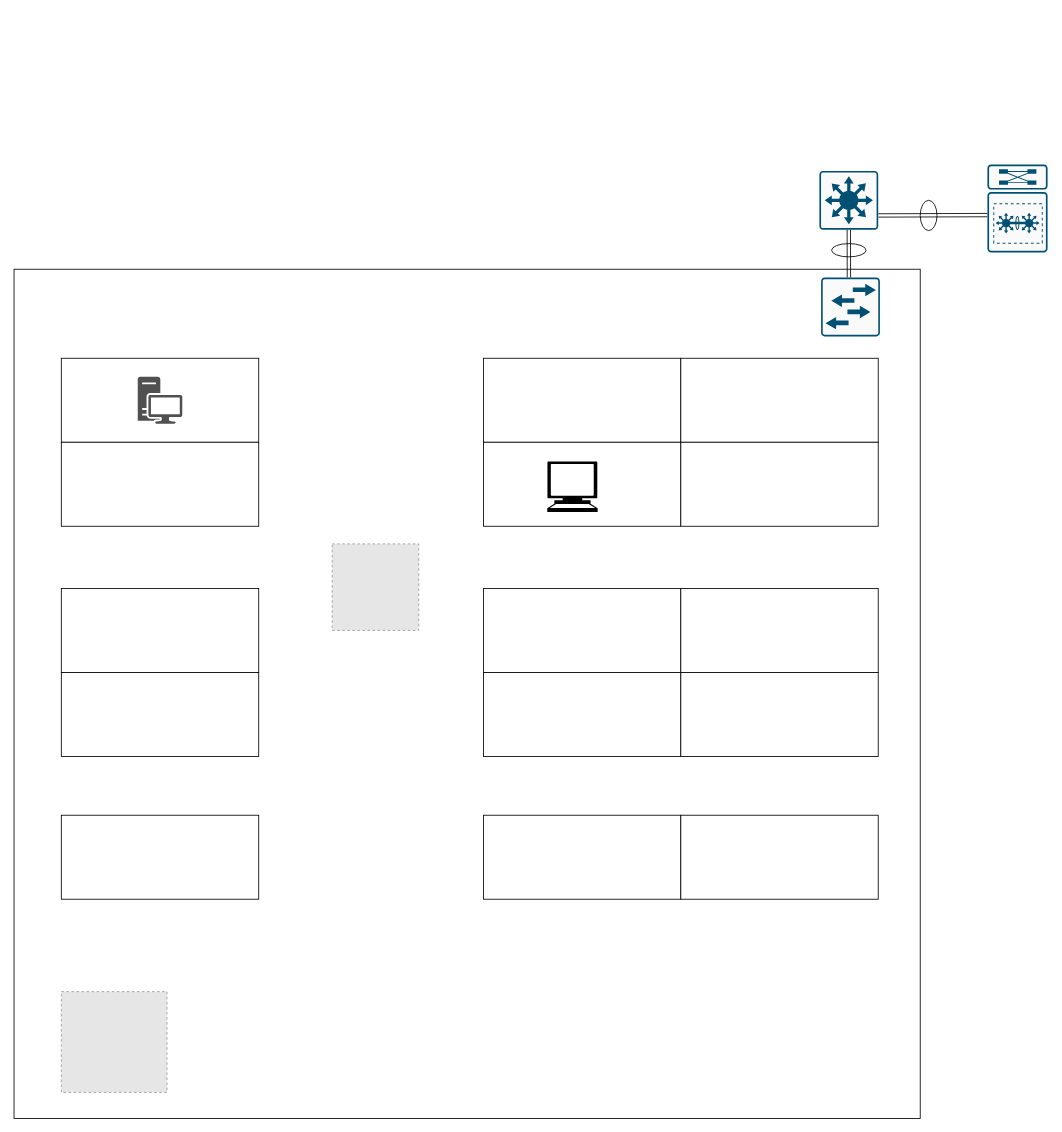
Above: Untitled Diagram.drawio in igithub365/Drawings-Network (draw.io), before the change. Source tidied: cells renumbered, new cells numbered last; positions are measured from the earlier drawing's top-left corner, leaving out a move shared by most shapes. Both pictures are drawn from the tidied source at 84%, with x=0, y=0 at pixel (13, 164). Pictures stored in the file or linked from it are replaced by grey dashed boxes.
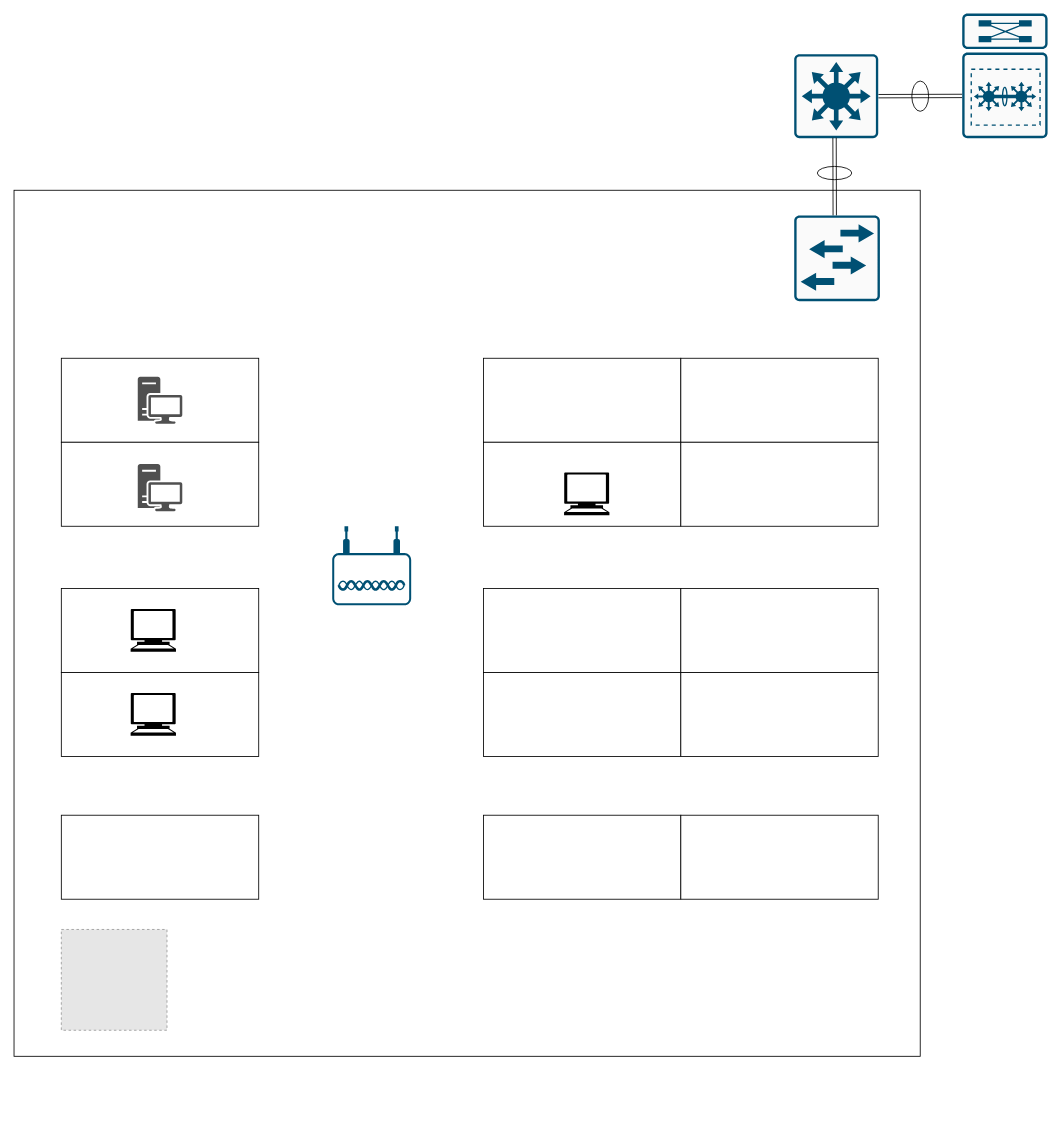
After the change.

What changed in the source:
```diff
@@
     <mxCell id="2" style="ellipse;whiteSpace=wrap;html=1;rotation=90;" parent="1" vertex="1">
-      <mxGeometry x="986.1" y="81.9" width="15.8" height="41" as="geometry" />
+      <mxGeometry x="969.1" y="-10" width="15.8" height="41" as="geometry" />
     </mxCell>
     <mxCell id="3" style="ellipse;whiteSpace=wrap;html=1;" parent="1" vertex="1">
-      <mxGeometry x="1079" y="43" width="20" height="36" as="geometry" />
+      <mxGeometry x="1069" y="-99" width="20" height="36" as="geometry" />
     </mxCell>
     <mxCell id="4" style="whiteSpace=wrap;html=1;" parent="1" vertex="1">
-      <mxGeometry x="0.2" y="125" width="1078.8" height="1011" as="geometry" />
+      <mxGeometry x="0.2" y="31" width="1078.8" height="1031" as="geometry" />
     </mxCell>
@@
-    <mxCell id="6" style="edgeStyle=none;shape=link;rounded=0;jettySize=auto;html=1;entryX=0.025;entryY=0.575;entryDx=0;entryDy=0;entryPerimeter=0;" parent="1" edge="1" target="9">
-      <mxGeometry relative="1" as="geometry">
-        <mxPoint x="1029" y="61" as="sourcePoint" />
-      </mxGeometry>
+    <mxCell id="6" style="edgeStyle=none;shape=link;rounded=0;jettySize=auto;html=1;entryX=0.012;entryY=0.661;entryDx=0;entryDy=0;entryPerimeter=0;exitX=1;exitY=0.5;exitDx=0;exitDy=0;exitPerimeter=0;" parent="1" edge="1" source="7" target="9">
+      <mxGeometry relative="1" as="geometry" />
     </mxCell>
     <mxCell id="7" style="points=[[0.015,0.015,0],[0.985,0.015,0],[0.985,0.985,0],[0.015,0.985,0],[0.25,0,0],[0.5,0,0],[0.75,0,0],[1,0.25,0],[1,0.5,0],[1,0.75,0],[0.75,1,0],[0.5,1,0],[0.25,1,0],[0,0.75,0],[0,0.5,0],[0,0.25,0]];verticalLabelPosition=bottom;html=1;verticalAlign=top;align=center;shape=mxgraph.cisco19.rect;prIcon=l3_switch;fillColor=#FAFAFA;strokeColor=#005073;" parent="1" vertex="1">
-      <mxGeometry x="959" y="8" width="70" height="70" as="geometry" />
+      <mxGeometry x="929" y="-131" width="100" height="100" as="geometry" />
     </mxCell>
-    <mxCell id="8" style="edgeStyle=none;shape=link;rounded=0;jettySize=auto;html=1;exitX=0.473;exitY=0.01;exitDx=0;exitDy=0;exitPerimeter=0;entryX=0.5;entryY=1;entryDx=0;entryDy=0;entryPerimeter=0;" parent="1" edge="1" source="24" target="7">
+    <mxCell id="8" style="edgeStyle=none;shape=link;rounded=0;jettySize=auto;html=1;exitX=0.473;exitY=0.01;exitDx=0;exitDy=0;exitPerimeter=0;entryX=0.48;entryY=0.995;entryDx=0;entryDy=0;entryPerimeter=0;" parent="1" edge="1" source="24" target="7">
       <mxGeometry relative="1" as="geometry" />
     </mxCell>
     <mxCell id="9" style="points=[[0.015,0.015,0],[0.985,0.015,0],[0.985,0.985,0],[0.015,0.985,0],[0.25,0,0],[0.5,0,0],[0.75,0,0],[1,0.25,0],[1,0.5,0],[1,0.75,0],[0.75,1,0],[0.5,1,0],[0.25,1,0],[0,0.75,0],[0,0.5,0],[0,0.25,0]];verticalLabelPosition=bottom;html=1;verticalAlign=top;align=center;shape=mxgraph.cisco19.rect;prIcon=6500_vss;fillColor=#FAFAFA;strokeColor=#005073;" parent="1" vertex="1">
-      <mxGeometry x="1159" y="0.4" width="71.6" height="104.6" as="geometry" />
+      <mxGeometry x="1129" y="-179.4" width="101.6" height="148.4" as="geometry" />
     </mxCell>
@@
     <mxCell id="24" style="points=[[0.015,0.015,0],[0.985,0.015,0],[0.985,0.985,0],[0.015,0.985,0],[0.25,0,0],[0.5,0,0],[0.75,0,0],[1,0.25,0],[1,0.5,0],[1,0.75,0],[0.75,1,0],[0.5,1,0],[0.25,1,0],[0,0.75,0],[0,0.5,0],[0,0.25,0]];verticalLabelPosition=bottom;html=1;verticalAlign=top;align=center;shape=mxgraph.cisco19.rect;prIcon=l2_switch;fillColor=#FAFAFA;strokeColor=#005073;" parent="1" vertex="1">
-      <mxGeometry x="961" y="135" width="70" height="70" as="geometry" />
+      <mxGeometry x="929" y="61" width="102" height="102" as="geometry" />
     </mxCell>
-    <mxCell id="25" style="edgeStyle=none;shape=link;rounded=0;orthogonalLoop=1;jettySize=auto;html=1;exitX=0;exitY=0.5;exitDx=0;exitDy=0;" parent="1" edge="1" source="4" target="4">
-      <mxGeometry relative="1" as="geometry" />
+    <mxCell id="25" style="edgeStyle=none;shape=link;rounded=0;orthogonalLoop=1;jettySize=auto;html=1;exitX=0;exitY=0.5;exitDx=0;exitDy=0;" parent="1" edge="1">
+      <mxGeometry relative="1" as="geometry">
+        <mxPoint x="0.2" y="620.5" as="sourcePoint" />
+        <mxPoint x="0.2" y="620.5" as="targetPoint" />
+      </mxGeometry>
     </mxCell>
     <mxCell id="26" style="fillColor=#E6E6E6;strokeColor=#999999;dashed=1;verticalLabelPosition=bottom;labelBackgroundColor=#ffffff;verticalAlign=top;" parent="1" vertex="1">
-      <mxGeometry x="56.5" y="985" width="125.8" height="120" as="geometry" />
+      <mxGeometry x="56.5" y="911" width="125.8" height="120" as="geometry" />
     </mxCell>
-    <mxCell id="27" style="fillColor=#E6E6E6;strokeColor=#999999;dashed=1;verticalLabelPosition=bottom;labelBackgroundColor=#ffffff;verticalAlign=top;" parent="1" vertex="1">
-      <mxGeometry x="379" y="452" width="103" height="103" as="geometry" />
-    </mxCell>
@@
     <mxCell id="29" style="shape=mxgraph.signs.tech.computer;html=1;fillColor=#000000;strokeColor=none;verticalLabelPosition=bottom;verticalAlign=top;align=center;" parent="1" vertex="1">
-      <mxGeometry x="635" y="354" width="60" height="60" as="geometry" />
+      <mxGeometry x="139" y="529.5" width="54" height="51" as="geometry" />
     </mxCell>
+    <mxCell id="30" style="verticalLabelPosition=bottom;html=1;verticalAlign=top;align=center;shape=mxgraph.cisco19.wireless_access_point;fillColor=#005073;strokeColor=none;" parent="1" vertex="1">
+      <mxGeometry x="379" y="431" width="94" height="94" as="geometry" />
+    </mxCell>
+    <mxCell id="31" style="shadow=0;dashed=0;html=1;strokeColor=none;fillColor=#505050;labelPosition=center;verticalLabelPosition=bottom;verticalAlign=top;align=center;shape=mxgraph.office.devices.workstation;" parent="1" vertex="1">
+      <mxGeometry x="147.5" y="357" width="53" height="56" as="geometry" />
+    </mxCell>
+    <mxCell id="32" style="shape=mxgraph.signs.tech.computer;html=1;fillColor=#000000;strokeColor=none;verticalLabelPosition=bottom;verticalAlign=top;align=center;" parent="1" vertex="1">
+      <mxGeometry x="655" y="367" width="54" height="51" as="geometry" />
+    </mxCell>
+    <mxCell id="33" style="shape=mxgraph.signs.tech.computer;html=1;fillColor=#000000;strokeColor=none;verticalLabelPosition=bottom;verticalAlign=top;align=center;" parent="1" vertex="1">
+      <mxGeometry x="139" y="629.5" width="54" height="51" as="geometry" />
+    </mxCell>
```
